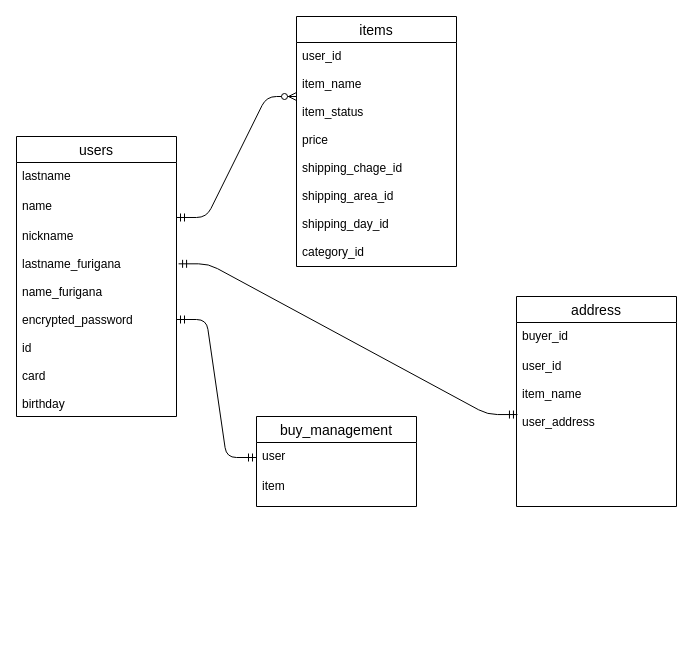
The draw.io diagram test.dio in Hiroyuki0083/furima-32367, before the edit. Source tidied: cells renumbered, new cells numbered last; positions are measured from the earlier drawing's top-left corner, leaving out a move shared by most shapes. Both pictures are drawn from the tidied source at 100%, with x=0, y=0 at pixel (16, 16).
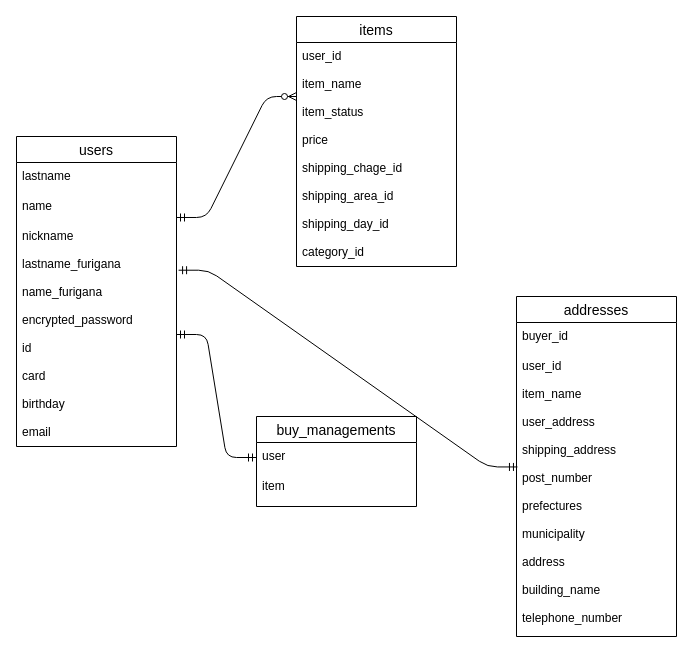
Above is the later version.

Commit message (it also covers changes not shown here):
read me編集４

What changed in the source:
```diff
@@
 <mxGraphModel>
   <root>
     <mxCell id="0" />
     <mxCell id="1" parent="0" />
     <mxCell id="2" value="users" style="swimlane;fontStyle=0;horizontal=1;startSize=26;align=center;fontSize=14;" parent="1" vertex="1">
-      <mxGeometry y="120" width="160" height="280" as="geometry" />
+      <mxGeometry y="120" width="160" height="310" as="geometry" />
     </mxCell>
     <mxCell id="3" value="lastname" style="text;strokeColor=none;fillColor=none;spacingLeft=4;spacingRight=4;overflow=hidden;fontSize=12;" parent="2" vertex="1">
       <mxGeometry y="26" width="160" height="30" as="geometry" />
     </mxCell>
     <mxCell id="4" value="name" style="text;strokeColor=none;fillColor=none;spacingLeft=4;spacingRight=4;overflow=hidden;points=[[0,0.5],[1,0.5]];portConstraint=eastwest;fontSize=12;" parent="2" vertex="1">
       <mxGeometry y="56" width="160" height="30" as="geometry" />
     </mxCell>
-    <mxCell id="5" value="nickname&#10;&#10;lastname_furigana&#10;&#10;name_furigana&#10;&#10;encrypted_password&#10;&#10;id&#10;&#10;card&#10;&#10;birthday" style="text;strokeColor=none;fillColor=none;spacingLeft=4;spacingRight=4;overflow=hidden;points=[[0,0.5],[1,0.5]];portConstraint=eastwest;fontSize=12;" parent="2" vertex="1">
-      <mxGeometry y="86" width="160" height="194" as="geometry" />
+    <mxCell id="5" value="nickname&#10;&#10;lastname_furigana&#10;&#10;name_furigana&#10;&#10;encrypted_password&#10;&#10;id&#10;&#10;card&#10;&#10;birthday&#10;&#10;email" style="text;strokeColor=none;fillColor=none;spacingLeft=4;spacingRight=4;overflow=hidden;points=[[0,0.5],[1,0.5]];portConstraint=eastwest;fontSize=12;" parent="2" vertex="1">
+      <mxGeometry y="86" width="160" height="224" as="geometry" />
     </mxCell>
-    <mxCell id="6" value="buy_management" style="swimlane;fontStyle=0;horizontal=1;startSize=26;align=center;fontSize=14;" parent="1" vertex="1">
+    <mxCell id="6" value="buy_managements" style="swimlane;fontStyle=0;horizontal=1;startSize=26;align=center;fontSize=14;" parent="1" vertex="1">
       <mxGeometry x="240" y="400" width="160" height="90" as="geometry" />
     </mxCell>
     <mxCell id="7" value="user" style="text;strokeColor=none;fillColor=none;spacingLeft=4;spacingRight=4;overflow=hidden;points=[[0,0.5],[1,0.5]];portConstraint=eastwest;fontSize=12;" parent="6" vertex="1">
       <mxGeometry y="26" width="160" height="30" as="geometry" />
     </mxCell>
     <mxCell id="8" value="item" style="text;strokeColor=none;fillColor=none;spacingLeft=4;spacingRight=4;overflow=hidden;fontSize=12;" parent="6" vertex="1">
       <mxGeometry y="56" width="160" height="34" as="geometry" />
     </mxCell>
     <mxCell id="9" value="items" style="swimlane;fontStyle=0;horizontal=1;startSize=26;align=center;fontSize=14;" parent="1" vertex="1">
       <mxGeometry x="280" width="160" height="250" as="geometry" />
     </mxCell>
     <mxCell id="10" value="user_id&#10;&#10;item_name&#10;&#10;item_status&#10;&#10;price&#10;&#10;shipping_chage_id&#10;&#10;shipping_area_id&#10;&#10;shipping_day_id&#10;&#10;category_id" style="text;strokeColor=none;fillColor=none;spacingLeft=4;spacingRight=4;overflow=hidden;fontSize=12;" parent="9" vertex="1">
       <mxGeometry y="26" width="160" height="224" as="geometry" />
     </mxCell>
     <mxCell id="11" style="edgeStyle=entityRelationEdgeStyle;fontSize=12;html=1;endArrow=ERzeroToMany;startArrow=ERmandOne;exitX=1;exitY=0.833;exitDx=0;exitDy=0;exitPerimeter=0;" parent="1" edge="1" source="4">
       <mxGeometry relative="1" as="geometry">
         <mxPoint x="280" y="80" as="targetPoint" />
       </mxGeometry>
     </mxCell>
     <mxCell id="12" style="edgeStyle=entityRelationEdgeStyle;fontSize=12;html=1;endArrow=ERmandOne;startArrow=ERmandOne;entryX=0;entryY=0.5;entryDx=0;entryDy=0;" parent="1" edge="1" source="5" target="7">
       <mxGeometry relative="1" as="geometry" />
     </mxCell>
-    <mxCell id="13" value="address" style="swimlane;fontStyle=0;horizontal=1;startSize=26;align=center;fontSize=14;" parent="1" vertex="1">
-      <mxGeometry x="500" y="280" width="160" height="210" as="geometry" />
+    <mxCell id="13" value="addresses" style="swimlane;fontStyle=0;horizontal=1;startSize=26;align=center;fontSize=14;" parent="1" vertex="1">
+      <mxGeometry x="500" y="280" width="160" height="340" as="geometry" />
     </mxCell>
     <mxCell id="14" value="buyer_id" style="text;strokeColor=none;fillColor=none;spacingLeft=4;spacingRight=4;overflow=hidden;fontSize=12;" parent="13" vertex="1">
       <mxGeometry y="26" width="160" height="30" as="geometry" />
     </mxCell>
-    <mxCell id="15" value="user_id&#10;&#10;item_name&#10;&#10;user_address" style="text;strokeColor=none;fillColor=none;spacingLeft=4;spacingRight=4;overflow=hidden;points=[[0,0.5],[1,0.5]];portConstraint=eastwest;fontSize=12;" parent="13" vertex="1">
-      <mxGeometry y="56" width="160" height="154" as="geometry" />
+    <mxCell id="15" value="user_id&#10;&#10;item_name&#10;&#10;user_address&#10;&#10;shipping_address&#10;&#10;post_number&#10;&#10;prefectures&#10;&#10;municipality&#10;&#10;address&#10;&#10;building_name&#10;&#10;telephone_number" style="text;strokeColor=none;fillColor=none;spacingLeft=4;spacingRight=4;overflow=hidden;points=[[0,0.5],[1,0.5]];portConstraint=eastwest;fontSize=12;" parent="13" vertex="1">
+      <mxGeometry y="56" width="160" height="284" as="geometry" />
     </mxCell>
     <mxCell id="16" style="edgeStyle=entityRelationEdgeStyle;fontSize=12;html=1;endArrow=ERmandOne;startArrow=ERmandOne;entryX=0.006;entryY=0.403;entryDx=0;entryDy=0;entryPerimeter=0;exitX=1.013;exitY=0.213;exitDx=0;exitDy=0;exitPerimeter=0;" parent="1" edge="1" source="5" target="15">
       <mxGeometry relative="1" as="geometry" />
     </mxCell>
   </root>
 </mxGraphModel>
```
